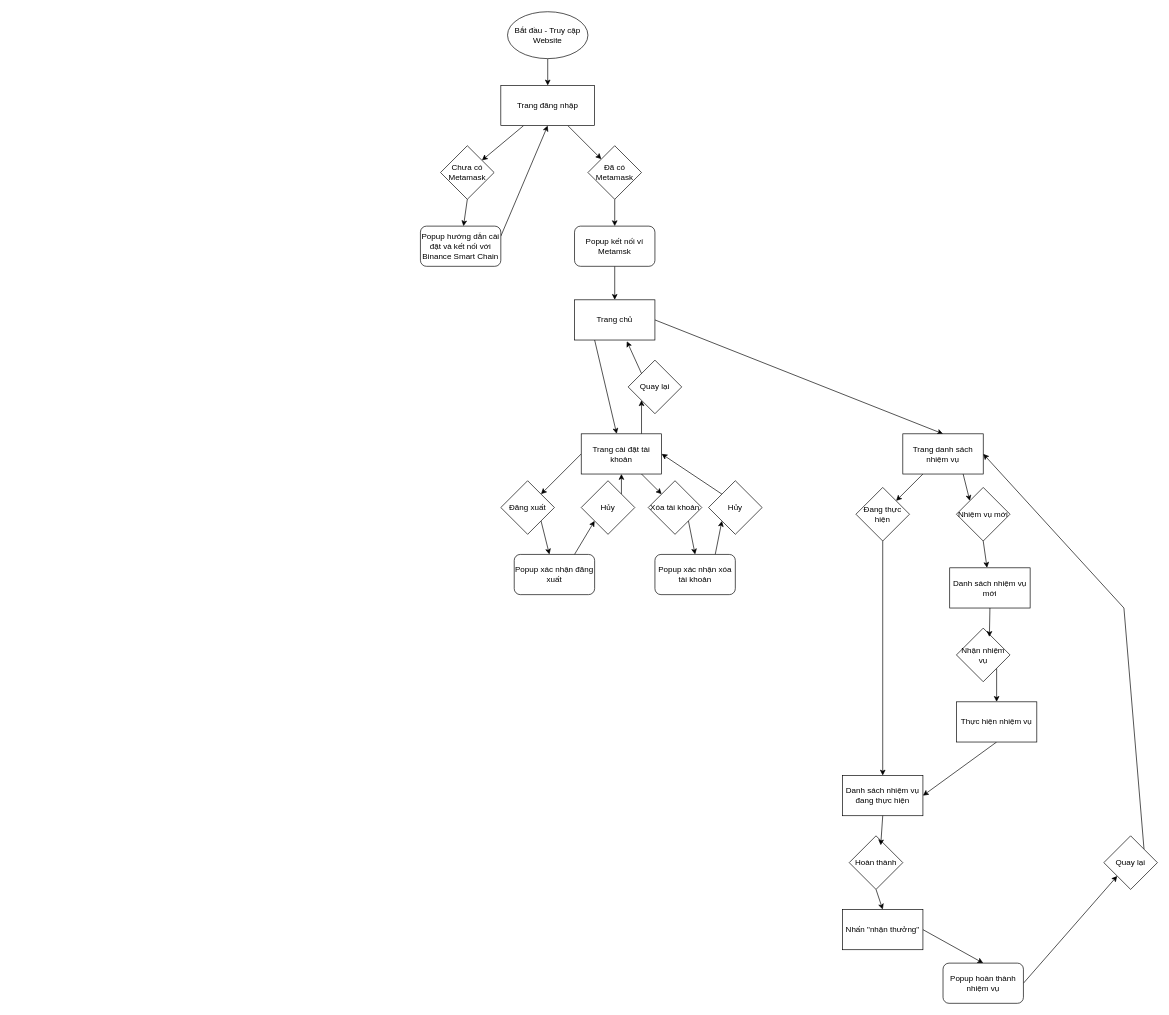
This is page "Page-1" (1 of 2) of Untitled Diagram.drawio from HaRin2806/2024_CSE485_CongngheWeb_HTML, a draw.io file, before an edit. Source tidied: cells renumbered, new cells numbered last; positions are measured from the earlier drawing's top-left corner, leaving out a move shared by most shapes. Both pictures are drawn from the tidied source at 67%, with x=0, y=0 at pixel (420, 11).
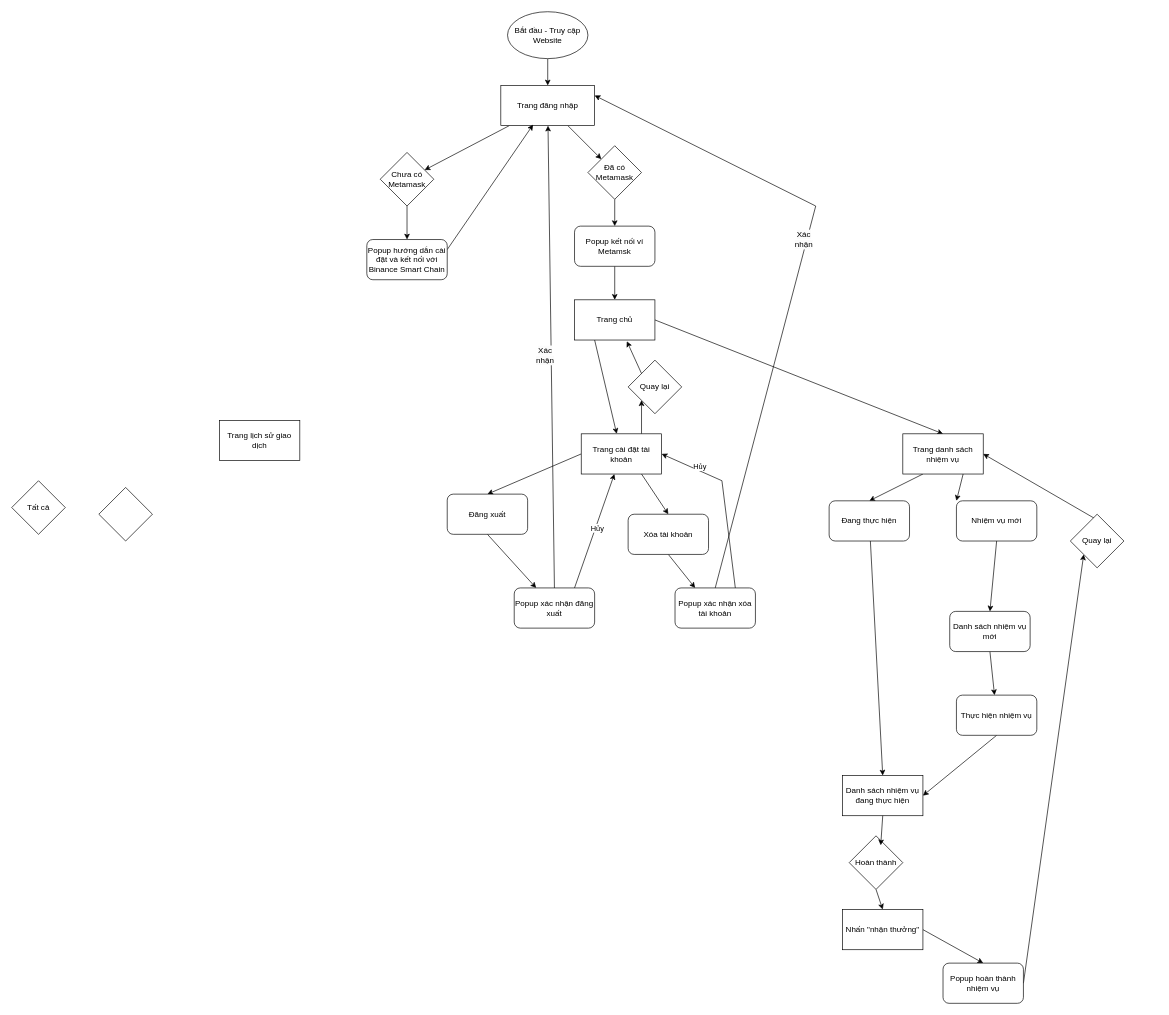
Above is the later version.

Unchanged cells that the change refers to:
```xml
<mxCell id="6" value="Trang đăng nhập" style="rounded=0;whiteSpace=wrap;html=1;" parent="1" vertex="1">
  <mxGeometry x="120" y="110" width="140" height="60" as="geometry" />
</mxCell>
<mxCell id="21" value="Trang cài đặt tài khoản" style="rounded=0;whiteSpace=wrap;html=1;" parent="1" vertex="1">
  <mxGeometry x="240" y="630" width="120" height="60" as="geometry" />
</mxCell>
<mxCell id="37" value="Trang danh sách nhiệm vụ" style="rounded=0;whiteSpace=wrap;html=1;" parent="1" vertex="1">
  <mxGeometry x="720" y="630" width="120" height="60" as="geometry" />
</mxCell>
<mxCell id="47" value="Danh sách nhiệm vụ đang thực hiện" style="rounded=0;whiteSpace=wrap;html=1;" parent="1" vertex="1">
  <mxGeometry x="630" y="1140" width="120" height="60" as="geometry" />
</mxCell>
```

What changed in the source:
```diff
@@
     <mxCell id="8" value="Chưa có Metamask" style="rhombus;whiteSpace=wrap;html=1;" parent="1" vertex="1">
-      <mxGeometry x="30" y="200" width="80" height="80" as="geometry" />
+      <mxGeometry x="-60" y="210" width="80" height="80" as="geometry" />
     </mxCell>
@@
-    <mxCell id="11" style="edgeStyle=none;rounded=0;jettySize=auto;html=1;exitX=1;exitY=0.25;exitDx=0;exitDy=0;entryX=0.5;entryY=1;entryDx=0;entryDy=0;" parent="1" edge="1" source="12" target="6">
+    <mxCell id="11" style="edgeStyle=none;rounded=0;jettySize=auto;html=1;exitX=1;exitY=0.25;exitDx=0;exitDy=0;entryX=0.344;entryY=0.976;entryDx=0;entryDy=0;entryPerimeter=0;" parent="1" edge="1" source="12" target="6">
       <mxGeometry relative="1" as="geometry" />
     </mxCell>
     <mxCell id="12" value="Popup hướng dẫn cài đặt và kết nối với Binance Smart Chain" style="rounded=1;whiteSpace=wrap;html=1;" parent="1" vertex="1">
-      <mxGeometry y="320" width="120" height="60" as="geometry" />
+      <mxGeometry x="-80" y="340" width="120" height="60" as="geometry" />
     </mxCell>
@@
-    <mxCell id="19" style="edgeStyle=none;rounded=0;jettySize=auto;html=1;exitX=0;exitY=0.5;exitDx=0;exitDy=0;entryX=1;entryY=0;entryDx=0;entryDy=0;" parent="1" edge="1" source="21" target="26">
+    <mxCell id="19" style="edgeStyle=none;rounded=0;jettySize=auto;html=1;exitX=0;exitY=0.5;exitDx=0;exitDy=0;entryX=0.5;entryY=0;entryDx=0;entryDy=0;" parent="1" edge="1" source="21" target="26">
       <mxGeometry relative="1" as="geometry" />
     </mxCell>
-    <mxCell id="20" style="edgeStyle=none;rounded=0;jettySize=auto;html=1;exitX=0.75;exitY=1;exitDx=0;exitDy=0;entryX=0;entryY=0;entryDx=0;entryDy=0;" parent="1" edge="1" source="21" target="32">
+    <mxCell id="20" style="edgeStyle=none;rounded=0;jettySize=auto;html=1;exitX=0.75;exitY=1;exitDx=0;exitDy=0;entryX=0.5;entryY=0;entryDx=0;entryDy=0;" parent="1" edge="1" source="21" target="32">
       <mxGeometry relative="1" as="geometry" />
     </mxCell>
@@
-    <mxCell id="23" style="edgeStyle=none;rounded=0;jettySize=auto;html=1;exitX=0.75;exitY=0;exitDx=0;exitDy=0;entryX=0;entryY=1;entryDx=0;entryDy=0;" parent="1" edge="1" source="24" target="28">
+    <mxCell id="23" style="edgeStyle=none;rounded=0;jettySize=auto;html=1;exitX=0.75;exitY=0;exitDx=0;exitDy=0;" parent="1" edge="1" source="24" target="21">
       <mxGeometry relative="1" as="geometry" />
     </mxCell>
+    <mxCell id="59" value="Hủy" style="edgeLabel;html=1;align=center;verticalAlign=middle;" parent="23" vertex="1">
+      <mxGeometry x="0.07" y="-2" relative="1" as="geometry" />
+    </mxCell>
+    <mxCell id="60" style="edgeStyle=none;rounded=0;jettySize=auto;html=1;exitX=0.5;exitY=0;exitDx=0;exitDy=0;" parent="1" edge="1" source="24" target="6">
+      <mxGeometry relative="1" as="geometry" />
+    </mxCell>
+    <mxCell id="61" value="&lt;span style=&quot;font-size: 12px; text-wrap-mode: wrap; background-color: rgb(251, 251, 251);&quot;&gt;Xác nhận&lt;/span&gt;" style="edgeLabel;html=1;align=center;verticalAlign=middle;" parent="60" vertex="1">
+      <mxGeometry x="0.01" y="10" relative="1" as="geometry" />
+    </mxCell>
     <mxCell id="24" value="Popup xác nhận đăng xuất" style="rounded=1;whiteSpace=wrap;html=1;" parent="1" vertex="1">
-      <mxGeometry x="140" y="810" width="120" height="60" as="geometry" />
+      <mxGeometry x="140" y="860" width="120" height="60" as="geometry" />
     </mxCell>
-    <mxCell id="25" style="edgeStyle=none;rounded=0;jettySize=auto;html=1;exitX=1;exitY=1;exitDx=0;exitDy=0;" parent="1" edge="1" source="26" target="24">
+    <mxCell id="25" style="edgeStyle=none;rounded=0;jettySize=auto;html=1;exitX=0.5;exitY=1;exitDx=0;exitDy=0;" parent="1" edge="1" source="26" target="24">
       <mxGeometry relative="1" as="geometry" />
     </mxCell>
-    <mxCell id="26" value="Đăng xuất" style="rhombus;whiteSpace=wrap;html=1;" parent="1" vertex="1">
-      <mxGeometry x="120" y="700" width="80" height="80" as="geometry" />
-    </mxCell>
-    <mxCell id="27" style="edgeStyle=none;rounded=0;jettySize=auto;html=1;exitX=1;exitY=0;exitDx=0;exitDy=0;entryX=0.5;entryY=1;entryDx=0;entryDy=0;" parent="1" edge="1" source="28" target="21">
-      <mxGeometry relative="1" as="geometry" />
-    </mxCell>
-    <mxCell id="28" value="Hủy" style="rhombus;whiteSpace=wrap;html=1;" parent="1" vertex="1">
-      <mxGeometry x="240" y="700" width="80" height="80" as="geometry" />
-    </mxCell>
-    <mxCell id="29" style="edgeStyle=none;rounded=0;jettySize=auto;html=1;exitX=0.75;exitY=0;exitDx=0;exitDy=0;entryX=0;entryY=1;entryDx=0;entryDy=0;" parent="1" edge="1" source="30" target="34">
-      <mxGeometry relative="1" as="geometry" />
+    <mxCell id="29" style="edgeStyle=none;rounded=0;jettySize=auto;html=1;exitX=0.75;exitY=0;exitDx=0;exitDy=0;entryX=1;entryY=0.5;entryDx=0;entryDy=0;" parent="1" edge="1" source="30" target="21">
+      <mxGeometry relative="1" as="geometry">
+        <Array as="points">
+          <mxPoint x="450" y="700" />
+        </Array>
+      </mxGeometry>
     </mxCell>
+    <mxCell id="62" value="Hủy" style="edgeLabel;html=1;align=center;verticalAlign=middle;" parent="29" vertex="1">
+      <mxGeometry x="0.55" y="-6" relative="1" as="geometry" />
+    </mxCell>
+    <mxCell id="63" style="edgeStyle=none;rounded=0;jettySize=auto;html=1;exitX=0.5;exitY=0;exitDx=0;exitDy=0;entryX=1;entryY=0.25;entryDx=0;entryDy=0;" parent="1" edge="1" source="30" target="6">
+      <mxGeometry relative="1" as="geometry">
+        <Array as="points">
+          <mxPoint x="590" y="290" />
+        </Array>
+      </mxGeometry>
+    </mxCell>
+    <mxCell id="64" value="&lt;span style=&quot;font-size: 12px; text-wrap-mode: wrap; background-color: rgb(251, 251, 251);&quot;&gt;Xác nhận&lt;/span&gt;" style="edgeLabel;html=1;align=center;verticalAlign=middle;" parent="63" vertex="1">
+      <mxGeometry x="0.12" y="5" relative="1" as="geometry" />
+    </mxCell>
     <mxCell id="30" value="Popup xác nhận xóa tài khoản" style="rounded=1;whiteSpace=wrap;html=1;" parent="1" vertex="1">
-      <mxGeometry x="350" y="810" width="120" height="60" as="geometry" />
+      <mxGeometry x="380" y="860" width="120" height="60" as="geometry" />
     </mxCell>
-    <mxCell id="31" style="edgeStyle=none;rounded=0;jettySize=auto;html=1;exitX=1;exitY=1;exitDx=0;exitDy=0;entryX=0.5;entryY=0;entryDx=0;entryDy=0;" parent="1" edge="1" source="32" target="30">
-      <mxGeometry relative="1" as="geometry" />
-    </mxCell>
-    <mxCell id="32" value="Xóa tài khoản" style="rhombus;whiteSpace=wrap;html=1;" parent="1" vertex="1">
-      <mxGeometry x="340" y="700" width="80" height="80" as="geometry" />
-    </mxCell>
-    <mxCell id="33" style="edgeStyle=none;rounded=0;jettySize=auto;html=1;exitX=0;exitY=0;exitDx=0;exitDy=0;entryX=1;entryY=0.5;entryDx=0;entryDy=0;" parent="1" edge="1" source="34" target="21">
-      <mxGeometry relative="1" as="geometry" />
-    </mxCell>
-    <mxCell id="34" value="Hủy" style="rhombus;whiteSpace=wrap;html=1;" parent="1" vertex="1">
-      <mxGeometry x="430" y="700" width="80" height="80" as="geometry" />
-    </mxCell>
-    <mxCell id="35" style="edgeStyle=none;rounded=0;jettySize=auto;html=1;exitX=0.25;exitY=1;exitDx=0;exitDy=0;entryX=1;entryY=0;entryDx=0;entryDy=0;" parent="1" edge="1" source="37" target="39">
+    <mxCell id="35" style="edgeStyle=none;rounded=0;jettySize=auto;html=1;exitX=0.25;exitY=1;exitDx=0;exitDy=0;entryX=0.5;entryY=0;entryDx=0;entryDy=0;" parent="1" edge="1" source="37" target="39">
       <mxGeometry relative="1" as="geometry" />
     </mxCell>
@@
-    <mxCell id="38" style="edgeStyle=none;rounded=0;jettySize=auto;html=1;exitX=0.5;exitY=1;exitDx=0;exitDy=0;entryX=0.5;entryY=0;entryDx=0;entryDy=0;" parent="1" edge="1" source="39" target="47">
+    <mxCell id="38" style="edgeStyle=none;rounded=0;jettySize=auto;html=1;entryX=0.5;entryY=0;entryDx=0;entryDy=0;" parent="1" edge="1" source="39" target="47">
       <mxGeometry relative="1" as="geometry" />
     </mxCell>
-    <mxCell id="39" value="Đang thực hiện" style="rhombus;whiteSpace=wrap;html=1;" parent="1" vertex="1">
-      <mxGeometry x="650" y="710" width="80" height="80" as="geometry" />
-    </mxCell>
-    <mxCell id="40" style="edgeStyle=none;rounded=0;jettySize=auto;html=1;exitX=0.5;exitY=1;exitDx=0;exitDy=0;" parent="1" edge="1" source="41" target="42">
-      <mxGeometry relative="1" as="geometry" />
-    </mxCell>
-    <mxCell id="41" value="Nhiệm vụ mới" style="rhombus;whiteSpace=wrap;html=1;" parent="1" vertex="1">
-      <mxGeometry x="800" y="710" width="80" height="80" as="geometry" />
-    </mxCell>
-    <mxCell id="42" value="Danh sách nhiệm vụ mới" style="rounded=0;whiteSpace=wrap;html=1;" parent="1" vertex="1">
-      <mxGeometry x="790" y="830" width="120" height="60" as="geometry" />
-    </mxCell>
-    <mxCell id="43" style="edgeStyle=none;rounded=0;jettySize=auto;html=1;exitX=1;exitY=1;exitDx=0;exitDy=0;entryX=0.5;entryY=0;entryDx=0;entryDy=0;" parent="1" edge="1" source="44" target="46">
+    <mxCell id="43" style="edgeStyle=none;rounded=0;jettySize=auto;html=1;exitX=0.5;exitY=1;exitDx=0;exitDy=0;" parent="1" edge="1" source="42" target="46">
       <mxGeometry relative="1" as="geometry" />
     </mxCell>
-    <mxCell id="44" value="Nhận nhiệm vụ" style="rhombus;whiteSpace=wrap;html=1;" parent="1" vertex="1">
-      <mxGeometry x="800" y="920" width="80" height="80" as="geometry" />
-    </mxCell>
-    <mxCell id="45" style="edgeStyle=none;rounded=0;jettySize=auto;html=1;exitX=0.5;exitY=1;exitDx=0;exitDy=0;entryX=1;entryY=0.5;entryDx=0;entryDy=0;" parent="1" edge="1" source="46" target="47">
+    <mxCell id="45" style="edgeStyle=none;rounded=0;jettySize=auto;html=1;entryX=1;entryY=0.5;entryDx=0;entryDy=0;exitX=0.5;exitY=1;exitDx=0;exitDy=0;" parent="1" edge="1" source="46" target="47">
       <mxGeometry relative="1" as="geometry" />
     </mxCell>
-    <mxCell id="46" value="Thực hiện nhiệm vụ" style="rounded=0;whiteSpace=wrap;html=1;" parent="1" vertex="1">
-      <mxGeometry x="800" y="1030" width="120" height="60" as="geometry" />
-    </mxCell>
@@
     <mxCell id="54" style="edgeStyle=none;rounded=0;jettySize=auto;html=1;exitX=1;exitY=0;exitDx=0;exitDy=0;entryX=1;entryY=0.5;entryDx=0;entryDy=0;" parent="1" edge="1" source="55" target="37">
-      <mxGeometry relative="1" as="geometry">
-        <Array as="points">
-          <mxPoint x="1050" y="890" />
-        </Array>
-      </mxGeometry>
+      <mxGeometry relative="1" as="geometry" />
     </mxCell>
     <mxCell id="55" value="Quay lại" style="rhombus;whiteSpace=wrap;html=1;" parent="1" vertex="1">
-      <mxGeometry x="1020" y="1230" width="80" height="80" as="geometry" />
+      <mxGeometry x="970" y="750" width="80" height="80" as="geometry" />
     </mxCell>
@@
-    <mxCell id="57" style="edgeStyle=none;rounded=0;jettySize=auto;html=1;exitX=0.5;exitY=1;exitDx=0;exitDy=0;entryX=0.615;entryY=0.163;entryDx=0;entryDy=0;entryPerimeter=0;" parent="1" edge="1" source="42" target="44">
-      <mxGeometry relative="1" as="geometry" />
-    </mxCell>
@@
+    <mxCell id="65" value="Trang lịch sử giao dịch" style="rounded=0;whiteSpace=wrap;html=1;" parent="1" vertex="1">
+      <mxGeometry x="-300" y="610" width="120" height="60" as="geometry" />
+    </mxCell>
+    <mxCell id="66" value="Tất cả" style="rhombus;whiteSpace=wrap;html=1;" parent="1" vertex="1">
+      <mxGeometry x="-610" y="700" width="80" height="80" as="geometry" />
+    </mxCell>
+    <mxCell id="67" style="rhombus;whiteSpace=wrap;html=1;" parent="1" vertex="1">
+      <mxGeometry x="-480" y="710" width="80" height="80" as="geometry" />
+    </mxCell>
+    <mxCell id="26" value="Đăng xuất" style="rounded=1;whiteSpace=wrap;html=1;" parent="1" vertex="1">
+      <mxGeometry x="40" y="720" width="120" height="60" as="geometry" />
+    </mxCell>
+    <mxCell id="31" style="edgeStyle=none;rounded=0;jettySize=auto;html=1;exitX=0.5;exitY=1;exitDx=0;exitDy=0;entryX=0.25;entryY=0;entryDx=0;entryDy=0;" parent="1" edge="1" source="32" target="30">
+      <mxGeometry relative="1" as="geometry" />
+    </mxCell>
+    <mxCell id="32" value="Xóa tài khoản" style="rounded=1;whiteSpace=wrap;html=1;" parent="1" vertex="1">
+      <mxGeometry x="310" y="750" width="120" height="60" as="geometry" />
+    </mxCell>
+    <mxCell id="39" value="Đang thực hiện" style="rounded=1;whiteSpace=wrap;html=1;" parent="1" vertex="1">
+      <mxGeometry x="610" y="730" width="120" height="60" as="geometry" />
+    </mxCell>
+    <mxCell id="42" value="Danh sách nhiệm vụ mới" style="rounded=1;whiteSpace=wrap;html=1;" parent="1" vertex="1">
+      <mxGeometry x="790" y="895" width="120" height="60" as="geometry" />
+    </mxCell>
+    <mxCell id="40" style="edgeStyle=none;rounded=0;jettySize=auto;html=1;exitX=0.5;exitY=1;exitDx=0;exitDy=0;entryX=0.5;entryY=0;entryDx=0;entryDy=0;" parent="1" edge="1" source="41" target="42">
+      <mxGeometry relative="1" as="geometry" />
+    </mxCell>
+    <mxCell id="41" value="Nhiệm vụ mới" style="rounded=1;whiteSpace=wrap;html=1;" parent="1" vertex="1">
+      <mxGeometry x="800" y="730" width="120" height="60" as="geometry" />
+    </mxCell>
+    <mxCell id="46" value="Thực hiện nhiệm vụ" style="rounded=1;whiteSpace=wrap;html=1;" parent="1" vertex="1">
+      <mxGeometry x="800" y="1020" width="120" height="60" as="geometry" />
+    </mxCell>
```
